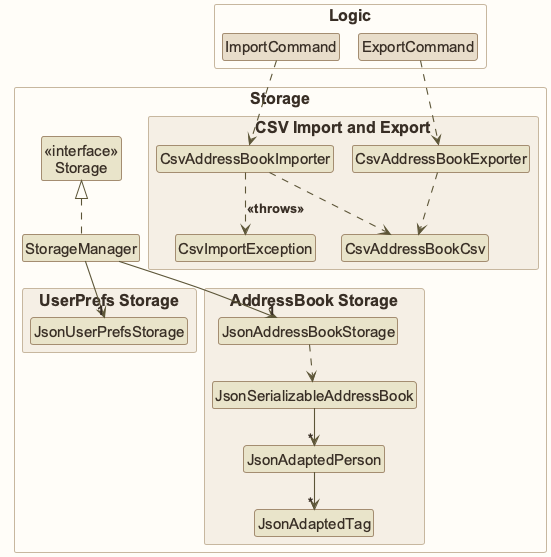
Before: images/StorageClassDiagram.png, a diagram exported from PlantUML (AY2627S1-CS2103T-W12-1/tp). Its diagram source:
```plantuml
@startuml
!pragma layout smetana
!include style.puml
skinparam arrowThickness 1.1
skinparam arrowColor STORAGE_COLOR_T4
skinparam classBackgroundColor STORAGE_COLOR

package Storage as StoragePackage {

Class "<<interface>>\nStorage" as Storage
Class StorageManager

package "UserPrefs Storage" #F5EFE5{
Class JsonUserPrefsStorage
}

package "AddressBook Storage" #F5EFE5{
Class JsonAddressBookStorage
Class JsonSerializableAddressBook
Class JsonAdaptedPerson
Class JsonAdaptedTag
}

package "CSV Import and Export" #F5EFE5{
Class CsvAddressBookImporter
Class CsvAddressBookExporter
Class CsvAddressBookCsv
Class CsvImportException
}

}

package Logic {
Class ImportCommand LOGIC_COLOR
Class ExportCommand LOGIC_COLOR
}


StorageManager .up.|> Storage
StorageManager -down-> "1" JsonUserPrefsStorage
StorageManager -down-> "1" JsonAddressBookStorage

JsonAddressBookStorage ..> JsonSerializableAddressBook
JsonSerializableAddressBook --> "*" JsonAdaptedPerson
JsonAdaptedPerson --> "*" JsonAdaptedTag

ImportCommand ..> CsvAddressBookImporter
ExportCommand ..> CsvAddressBookExporter
CsvAddressBookImporter ..> CsvAddressBookCsv
CsvAddressBookExporter ..> CsvAddressBookCsv
CsvAddressBookImporter ..> CsvImportException : <<throws>>

@enduml
```
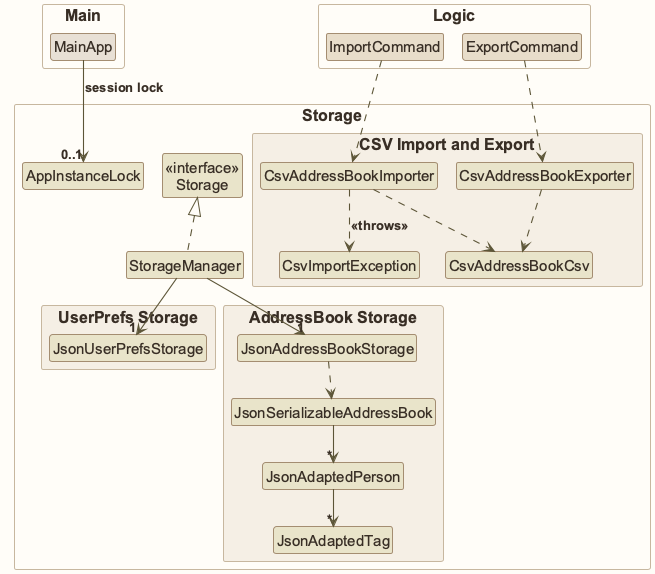
After the change.

The edit, as a diff of the source:
```diff
@@ -9,6 +9,7 @@
 
 Class "<<interface>>\nStorage" as Storage
 Class StorageManager
+Class AppInstanceLock
 
 package "UserPrefs Storage" #F5EFE5{
 Class JsonUserPrefsStorage
@@ -30,12 +31,17 @@
 
 }
 
+package Main {
+Class MainApp #E8E0D5
+}
+
 package Logic {
 Class ImportCommand LOGIC_COLOR
 Class ExportCommand LOGIC_COLOR
 }
 
 
+MainApp --> "0..1" AppInstanceLock : session lock
 StorageManager .up.|> Storage
 StorageManager -down-> "1" JsonUserPrefsStorage
 StorageManager -down-> "1" JsonAddressBookStorage
```
